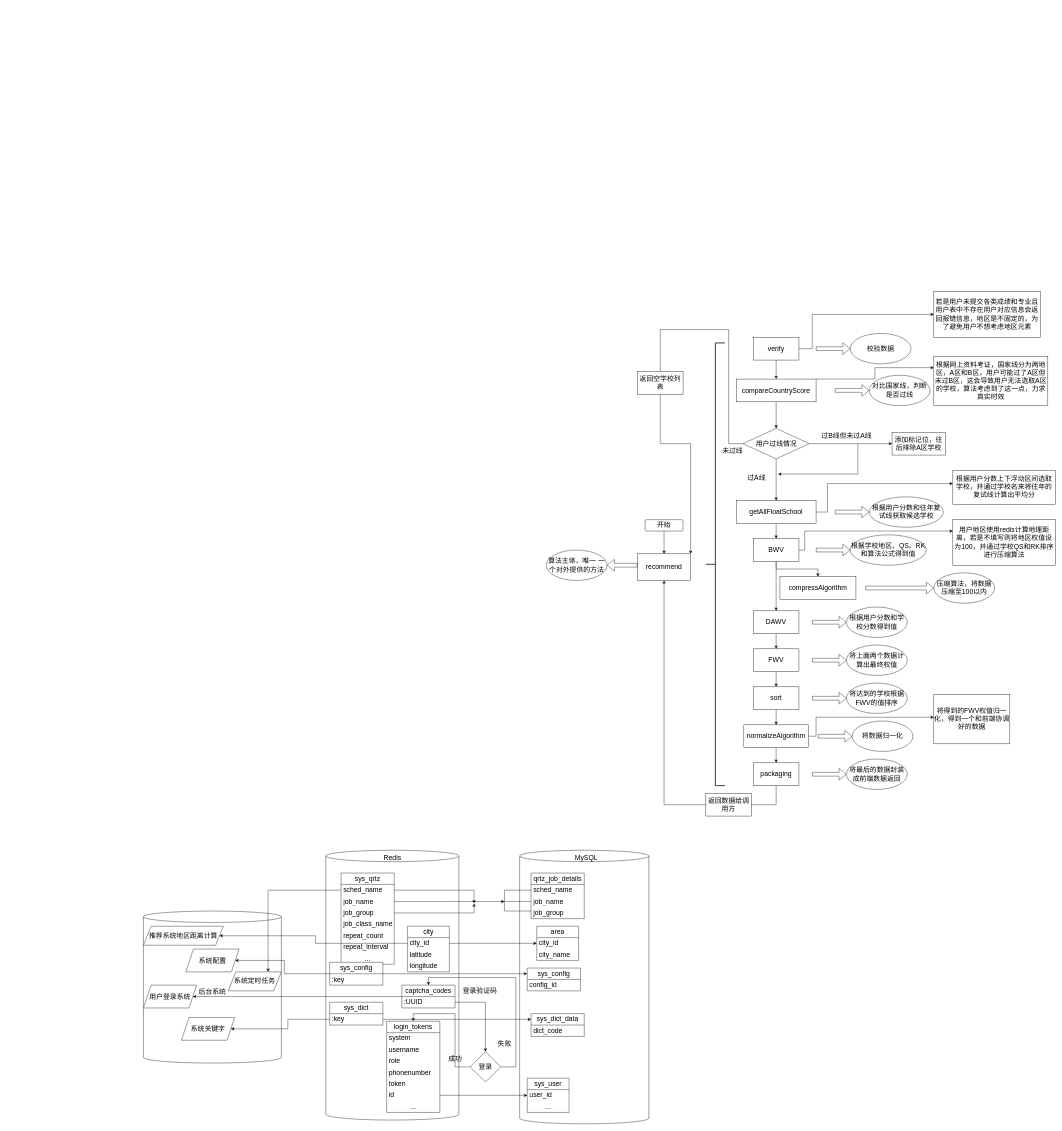
The draw.io diagram 图.drawio in OrangePower03/ruoyi-postgraduateExam, before the edit. Source tidied: cells renumbered, new cells numbered last; positions are measured from the earlier drawing's top-left corner, leaving out a move shared by most shapes. Both pictures are drawn from the tidied source at 38%, with x=0, y=0 at pixel (143, 291).
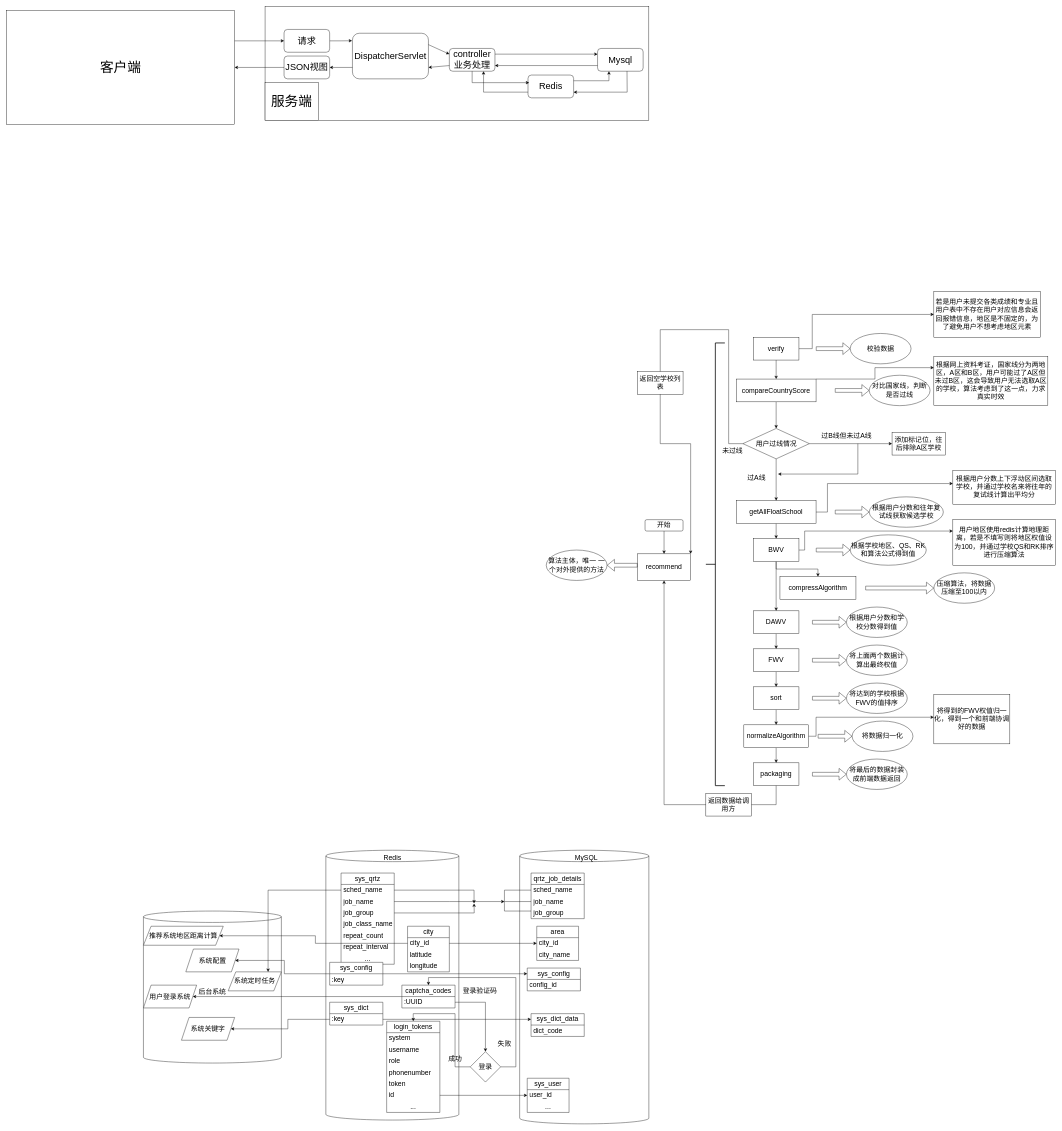
Above is the later version.

Change to the diagram source:
```diff
@@
+    <mxCell id="141" style="rounded=0;whiteSpace=wrap;html=1;" parent="1" vertex="1">
+      <mxGeometry x="320" y="-750" width="1010" height="300" as="geometry" />
+    </mxCell>
@@
+    <mxCell id="142" value="&lt;font style=&quot;font-size: 36px;&quot;&gt;客户端&lt;/font&gt;" style="rounded=0;whiteSpace=wrap;html=1;" parent="1" vertex="1">
+      <mxGeometry x="-360" y="-740" width="600" height="300" as="geometry" />
+    </mxCell>
+    <mxCell id="143" value="&lt;font style=&quot;font-size: 36px;&quot;&gt;服务端&lt;/font&gt;" style="rounded=0;whiteSpace=wrap;html=1;" parent="1" vertex="1">
+      <mxGeometry x="320" y="-550" width="140" height="100" as="geometry" />
+    </mxCell>
+    <mxCell id="144" style="edgeStyle=orthogonalEdgeStyle;rounded=0;jettySize=auto;html=1;fontSize=24;" parent="1" edge="1" source="145" target="142">
+      <mxGeometry relative="1" as="geometry" />
+    </mxCell>
+    <mxCell id="145" value="JSON视图" style="rounded=1;whiteSpace=wrap;html=1;fontSize=24;" parent="1" vertex="1">
+      <mxGeometry x="370" y="-620" width="120" height="60" as="geometry" />
+    </mxCell>
+    <mxCell id="146" style="edgeStyle=orthogonalEdgeStyle;rounded=0;jettySize=auto;html=1;fontSize=24;exitX=1;exitY=0.25;exitDx=0;exitDy=0;entryX=0;entryY=0.25;entryDx=0;entryDy=0;" parent="1" edge="1" source="147" target="148">
+      <mxGeometry relative="1" as="geometry" />
+    </mxCell>
+    <mxCell id="147" value="controller&lt;br&gt;业务处理" style="rounded=1;whiteSpace=wrap;html=1;fontSize=24;" parent="1" vertex="1">
+      <mxGeometry x="805" y="-640" width="120" height="60" as="geometry" />
+    </mxCell>
+    <mxCell id="148" value="Mysql" style="rounded=1;whiteSpace=wrap;html=1;fontSize=24;" parent="1" vertex="1">
+      <mxGeometry x="1195" y="-640" width="120" height="60" as="geometry" />
+    </mxCell>
+    <mxCell id="149" value="Redis" style="rounded=1;whiteSpace=wrap;html=1;fontSize=24;" parent="1" vertex="1">
+      <mxGeometry x="1012" y="-570" width="120" height="60" as="geometry" />
+    </mxCell>
+    <mxCell id="150" style="endArrow=classic;html=1;rounded=0;fontSize=24;exitX=0.5;exitY=1;exitDx=0;exitDy=0;" parent="1" edge="1" source="147">
+      <mxGeometry relative="1" as="geometry">
+        <mxPoint x="1015" y="-550" as="targetPoint" />
+        <Array as="points">
+          <mxPoint x="865" y="-550" />
+        </Array>
+      </mxGeometry>
+    </mxCell>
+    <mxCell id="151" style="endArrow=classic;html=1;rounded=0;fontSize=24;exitX=0;exitY=0.75;exitDx=0;exitDy=0;entryX=1;entryY=0.75;entryDx=0;entryDy=0;" parent="1" edge="1" source="148" target="147">
+      <mxGeometry relative="1" as="geometry" />
+    </mxCell>
+    <mxCell id="152" style="endArrow=classic;html=1;rounded=0;fontSize=24;entryX=0.25;entryY=1;entryDx=0;entryDy=0;exitX=1;exitY=0.25;exitDx=0;exitDy=0;" parent="1" edge="1" source="149" target="148">
+      <mxGeometry relative="1" as="geometry">
+        <Array as="points">
+          <mxPoint x="1225" y="-555" />
+        </Array>
+      </mxGeometry>
+    </mxCell>
+    <mxCell id="153" style="endArrow=classic;html=1;rounded=0;fontSize=24;entryX=1;entryY=0.75;entryDx=0;entryDy=0;exitX=0.646;exitY=0.994;exitDx=0;exitDy=0;exitPerimeter=0;" parent="1" edge="1" source="148" target="149">
+      <mxGeometry relative="1" as="geometry">
+        <Array as="points">
+          <mxPoint x="1273" y="-525" />
+        </Array>
+      </mxGeometry>
+    </mxCell>
+    <mxCell id="154" style="endArrow=classic;html=1;rounded=0;fontSize=24;entryX=0.75;entryY=1;entryDx=0;entryDy=0;exitX=0;exitY=0.75;exitDx=0;exitDy=0;" parent="1" edge="1" source="149" target="147">
+      <mxGeometry relative="1" as="geometry">
+        <Array as="points">
+          <mxPoint x="895" y="-525" />
+        </Array>
+      </mxGeometry>
+    </mxCell>
+    <mxCell id="155" value="&lt;p class=&quot;MsoNormal&quot;&gt;DispatcherServlet&lt;/p&gt;" style="rounded=1;whiteSpace=wrap;html=1;fontSize=24;" parent="1" vertex="1">
+      <mxGeometry x="550" y="-680" width="200" height="120" as="geometry" />
+    </mxCell>
+    <mxCell id="156" style="endArrow=classic;html=1;rounded=0;fontSize=24;entryX=0;entryY=0.25;entryDx=0;entryDy=0;exitX=1;exitY=0.25;exitDx=0;exitDy=0;" parent="1" edge="1" source="155" target="147">
+      <mxGeometry relative="1" as="geometry" />
+    </mxCell>
+    <mxCell id="157" style="endArrow=classic;html=1;rounded=0;fontSize=24;exitX=0;exitY=0.75;exitDx=0;exitDy=0;entryX=1;entryY=0.75;entryDx=0;entryDy=0;" parent="1" edge="1" source="147" target="155">
+      <mxGeometry relative="1" as="geometry" />
+    </mxCell>
+    <mxCell id="158" style="endArrow=classic;html=1;rounded=0;fontSize=24;entryX=1;entryY=0.5;entryDx=0;entryDy=0;" parent="1" edge="1" target="145">
+      <mxGeometry relative="1" as="geometry">
+        <mxPoint x="550" y="-590" as="sourcePoint" />
+      </mxGeometry>
+    </mxCell>
+    <mxCell id="159" style="edgeStyle=orthogonalEdgeStyle;rounded=0;jettySize=auto;html=1;fontSize=24;entryX=-0.005;entryY=0.164;entryDx=0;entryDy=0;entryPerimeter=0;" parent="1" edge="1" source="160" target="155">
+      <mxGeometry relative="1" as="geometry" />
+    </mxCell>
+    <mxCell id="160" value="请求" style="rounded=1;whiteSpace=wrap;html=1;fontSize=24;" parent="1" vertex="1">
+      <mxGeometry x="370" y="-690" width="120" height="60" as="geometry" />
+    </mxCell>
+    <mxCell id="161" style="endArrow=classic;html=1;rounded=0;fontSize=24;entryX=0;entryY=0.5;entryDx=0;entryDy=0;" parent="1" edge="1" target="160">
+      <mxGeometry relative="1" as="geometry">
+        <mxPoint x="240" y="-660" as="sourcePoint" />
+      </mxGeometry>
+    </mxCell>
```
